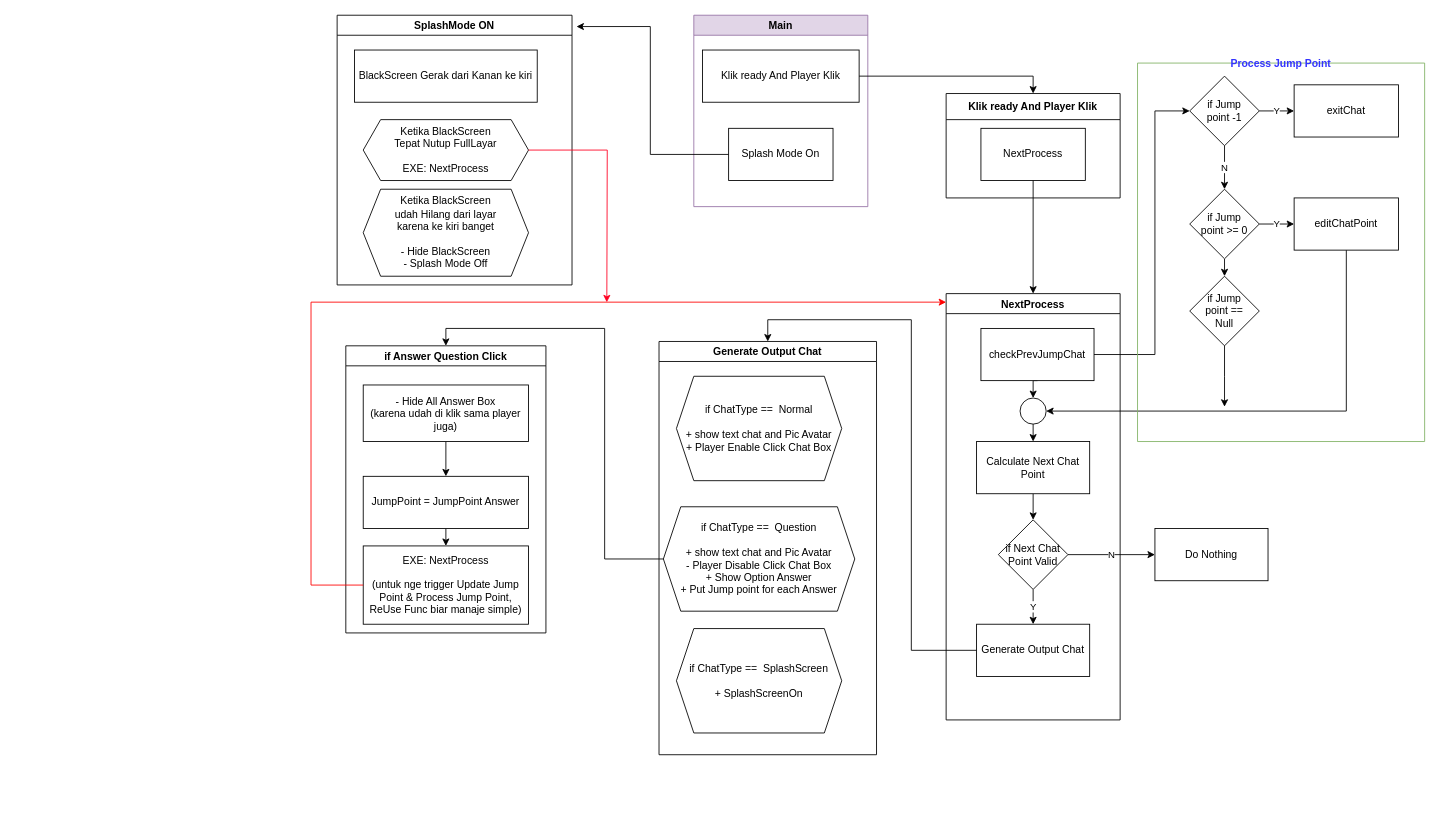
The draw.io diagram data/Untitled Diagram.drawio in udinjelek/godotChat, before the edit. Source tidied: cells renumbered, new cells numbered last; positions are measured from the earlier drawing's top-left corner, leaving out a move shared by most shapes. Both pictures are drawn from the tidied source at 87%, with x=0, y=0 at pixel (311, 15).
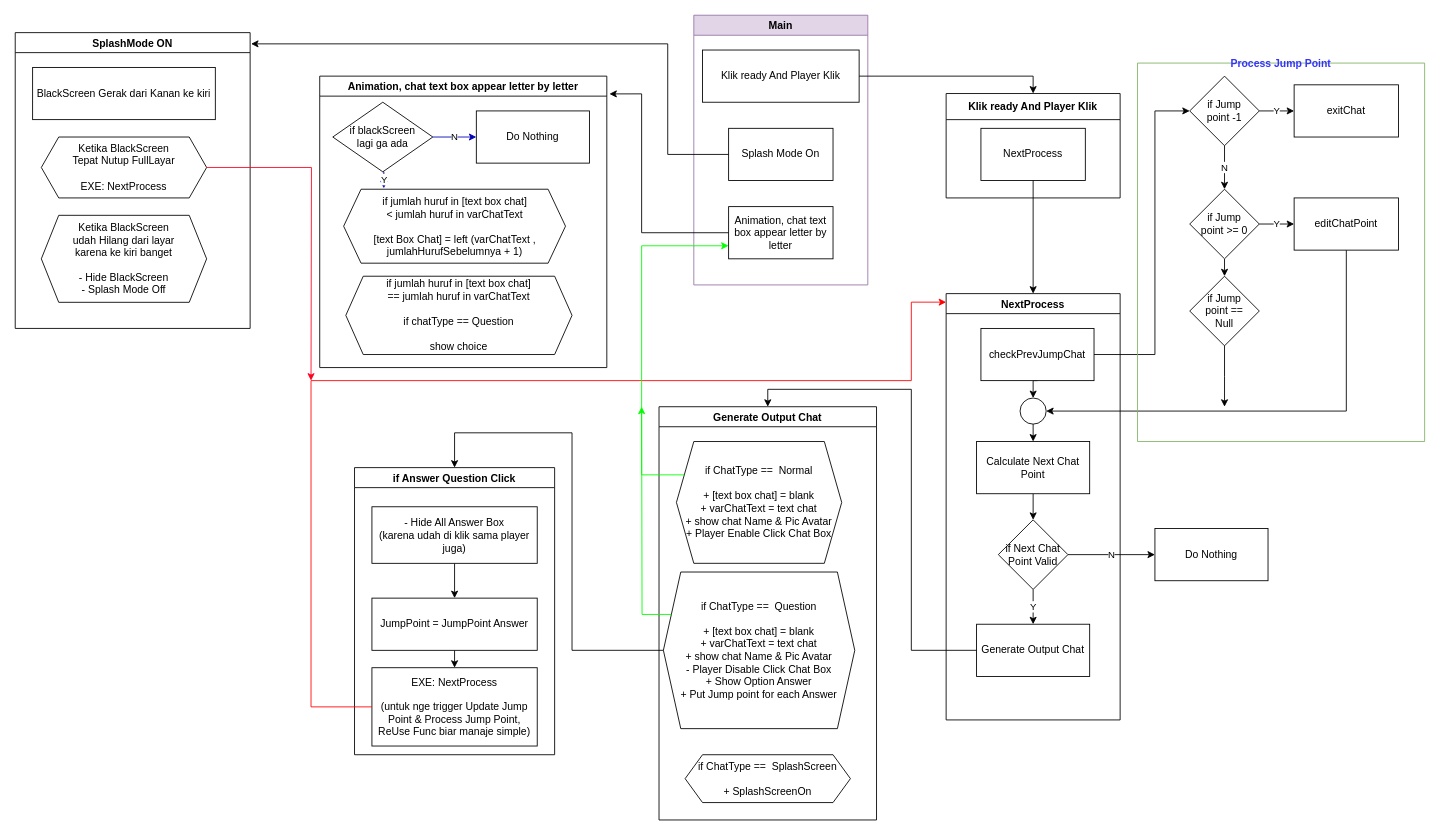
After the change.

Commit message:
Update Diagram.drawio add animation chat info

The change refers to these unchanged cells:
```xml
<mxCell id="4" value="Splash Mode On" style="rounded=0;whiteSpace=wrap;html=1;" parent="2" vertex="1">
  <mxGeometry x="40" y="130" width="120" height="60" as="geometry" />
</mxCell>
<mxCell id="8" value="NextProcess" style="swimlane;" parent="1" vertex="1">
  <mxGeometry x="730" y="320" width="200" height="490" as="geometry" />
</mxCell>
<mxCell id="17" value="Generate Output Chat" style="rounded=0;whiteSpace=wrap;html=1;" parent="8" vertex="1">
  <mxGeometry x="35" y="380" width="130" height="60" as="geometry" />
</mxCell>
<mxCell id="43" value="&lt;div&gt;EXE: NextProcess&lt;br&gt;&lt;br&gt;(untuk nge trigger Update Jump Point &amp;amp; Process Jump Point,&lt;br&gt;ReUse Func biar manaje simple)&lt;/div&gt;" style="rounded=0;whiteSpace=wrap;html=1;" parent="38" vertex="1">
  <mxGeometry x="20" y="230" width="190" height="90" as="geometry" />
</mxCell>
<mxCell id="48" value="Ketika BlackScreen &lt;br&gt;Tepat Nutup FullLayar&lt;br&gt;&lt;br&gt;EXE: NextProcess" style="shape=hexagon;perimeter=hexagonPerimeter2;whiteSpace=wrap;html=1;fixedSize=1;" parent="46" vertex="1">
  <mxGeometry x="30" y="120" width="190" height="70" as="geometry" />
</mxCell>
```

The edit, as a diff of the source:
```diff
@@
     <mxCell id="2" value="Main" style="swimlane;fillColor=#e1d5e7;strokeColor=#9673a6;" parent="1" vertex="1">
-      <mxGeometry x="440" width="200" height="220" as="geometry" />
+      <mxGeometry x="440" width="200" height="310" as="geometry" />
     </mxCell>
@@
+    <mxCell id="53" value="Animation, chat text box appear letter by letter " style="rounded=0;whiteSpace=wrap;html=1;" parent="2" vertex="1">
+      <mxGeometry x="40" y="220" width="120" height="60" as="geometry" />
+    </mxCell>
@@
     <mxCell id="33" value="Generate Output Chat" style="swimlane;" parent="1" vertex="1">
-      <mxGeometry x="400" y="375" width="250" height="475" as="geometry" />
+      <mxGeometry x="400" y="450" width="250" height="475" as="geometry" />
     </mxCell>
-    <mxCell id="34" value="if ChatType ==&amp;nbsp; Normal&lt;br&gt;&lt;br&gt;&lt;div&gt;+ show text chat and Pic Avatar&lt;/div&gt;&lt;div&gt;+ Player Enable Click Chat Box&lt;br&gt;&lt;/div&gt;" style="shape=hexagon;perimeter=hexagonPerimeter2;whiteSpace=wrap;html=1;fixedSize=1;" parent="33" vertex="1">
-      <mxGeometry x="20" y="40" width="190" height="120" as="geometry" />
+    <mxCell id="34" value="if ChatType ==&amp;nbsp; Normal&lt;br&gt;&lt;br&gt;&lt;div&gt;+ [text box chat] = blank&lt;/div&gt;&lt;div&gt;+ varChatText = text chat&lt;br&gt;&lt;/div&gt;&lt;div&gt;+ show chat Name &amp;amp; Pic Avatar&lt;/div&gt;&lt;div&gt;+ Player Enable Click Chat Box&lt;br&gt;&lt;/div&gt;" style="shape=hexagon;perimeter=hexagonPerimeter2;whiteSpace=wrap;html=1;fixedSize=1;" parent="33" vertex="1">
+      <mxGeometry x="20" y="40" width="190" height="140" as="geometry" />
     </mxCell>
-    <mxCell id="35" value="if ChatType ==&amp;nbsp; Question&lt;br&gt;&lt;br&gt;&lt;div&gt;+ show text chat and Pic Avatar&lt;/div&gt;&lt;div&gt;- Player Disable Click Chat Box&lt;/div&gt;&lt;div&gt;+ Show Option Answer&lt;br&gt;+ Put Jump point for each Answer&lt;br&gt;&lt;/div&gt;" style="shape=hexagon;perimeter=hexagonPerimeter2;whiteSpace=wrap;html=1;fixedSize=1;" parent="33" vertex="1">
-      <mxGeometry x="5" y="190" width="220" height="120" as="geometry" />
+    <mxCell id="35" value="if ChatType ==&amp;nbsp; Question&lt;br&gt;&lt;br&gt;&lt;div&gt;&lt;div&gt;&lt;div&gt;+ [text box chat] = blank&lt;/div&gt;+ varChatText = text chat&lt;/div&gt;&lt;div&gt;+ show chat Name &amp;amp; Pic Avatar&lt;/div&gt;&lt;/div&gt;&lt;div&gt;- Player Disable Click Chat Box&lt;/div&gt;&lt;div&gt;+ Show Option Answer&lt;br&gt;+ Put Jump point for each Answer&lt;br&gt;&lt;/div&gt;" style="shape=hexagon;perimeter=hexagonPerimeter2;whiteSpace=wrap;html=1;fixedSize=1;" parent="33" vertex="1">
+      <mxGeometry x="5" y="190" width="220" height="180" as="geometry" />
     </mxCell>
     <mxCell id="36" value="if ChatType ==&amp;nbsp; SplashScreen&lt;br&gt;&lt;br&gt;&lt;div&gt;+ SplashScreenOn&lt;/div&gt;" style="shape=hexagon;perimeter=hexagonPerimeter2;whiteSpace=wrap;html=1;fixedSize=1;" parent="33" vertex="1">
-      <mxGeometry x="20" y="330" width="190" height="120" as="geometry" />
+      <mxGeometry x="30" y="400" width="190" height="55" as="geometry" />
     </mxCell>
     <mxCell id="37" style="edgeStyle=orthogonalEdgeStyle;rounded=0;jettySize=auto;html=1;exitX=0;exitY=0.5;exitDx=0;exitDy=0;entryX=0.5;entryY=0;entryDx=0;entryDy=0;" parent="1" edge="1" source="17" target="33">
       <mxGeometry relative="1" as="geometry">
         <Array as="points">
           <mxPoint x="690" y="730" />
-          <mxPoint x="690" y="350" />
-          <mxPoint x="525" y="350" />
+          <mxPoint x="690" y="430" />
+          <mxPoint x="525" y="430" />
         </Array>
       </mxGeometry>
     </mxCell>
     <mxCell id="38" value="if Answer Question Click" style="swimlane;" parent="1" vertex="1">
-      <mxGeometry x="40" y="380" width="230" height="330" as="geometry" />
+      <mxGeometry x="50" y="520" width="230" height="330" as="geometry" />
     </mxCell>
@@
     <mxCell id="44" style="edgeStyle=orthogonalEdgeStyle;rounded=0;jettySize=auto;html=1;exitX=0;exitY=0.5;exitDx=0;exitDy=0;entryX=0.5;entryY=0;entryDx=0;entryDy=0;" parent="1" edge="1" source="35" target="38">
-      <mxGeometry relative="1" as="geometry" />
+      <mxGeometry relative="1" as="geometry">
+        <Array as="points">
+          <mxPoint x="300" y="730" />
+          <mxPoint x="300" y="480" />
+          <mxPoint x="165" y="480" />
+        </Array>
+      </mxGeometry>
     </mxCell>
     <mxCell id="45" style="edgeStyle=orthogonalEdgeStyle;rounded=0;jettySize=auto;html=1;exitX=0;exitY=0.5;exitDx=0;exitDy=0;entryX=0;entryY=0.02;entryDx=0;entryDy=0;entryPerimeter=0;strokeColor=#FF0000;" parent="1" edge="1" source="43" target="8">
       <mxGeometry relative="1" as="geometry">
         <Array as="points">
-          <mxPoint y="655" />
-          <mxPoint y="330" />
+          <mxPoint y="795" />
+          <mxPoint y="420" />
+          <mxPoint x="690" y="420" />
+          <mxPoint x="690" y="330" />
         </Array>
       </mxGeometry>
     </mxCell>
     <mxCell id="46" value="SplashMode ON" style="swimlane;" parent="1" vertex="1">
-      <mxGeometry x="30" width="270" height="310" as="geometry" />
+      <mxGeometry x="-340" y="20" width="270" height="340" as="geometry" />
     </mxCell>
@@
     <mxCell id="49" value="Ketika BlackScreen &lt;br&gt;&lt;div&gt;udah Hilang dari layar &lt;br&gt;&lt;/div&gt;&lt;div&gt;karena ke kiri banget&lt;/div&gt;&lt;br&gt;- Hide BlackScreen&lt;br&gt;- Splash Mode Off" style="shape=hexagon;perimeter=hexagonPerimeter2;whiteSpace=wrap;html=1;fixedSize=1;" parent="46" vertex="1">
-      <mxGeometry x="30" y="200" width="190" height="100" as="geometry" />
+      <mxGeometry x="30" y="210" width="190" height="100" as="geometry" />
     </mxCell>
-    <mxCell id="50" style="edgeStyle=orthogonalEdgeStyle;rounded=0;jettySize=auto;html=1;exitX=0;exitY=0.5;exitDx=0;exitDy=0;entryX=1.019;entryY=0.042;entryDx=0;entryDy=0;entryPerimeter=0;strokeColor=#000000;" parent="1" edge="1" source="4" target="46">
-      <mxGeometry relative="1" as="geometry" />
-    </mxCell>
     <mxCell id="51" style="edgeStyle=orthogonalEdgeStyle;rounded=0;jettySize=auto;html=1;exitX=1;exitY=0.5;exitDx=0;exitDy=0;strokeColor=#FF0022;" parent="1" edge="1" source="48">
       <mxGeometry relative="1" as="geometry">
-        <mxPoint x="340" y="330" as="targetPoint" />
+        <mxPoint y="420" as="targetPoint" />
       </mxGeometry>
     </mxCell>
@@
+    <mxCell id="54" value="Animation, chat text box appear letter by letter " style="swimlane;" parent="1" vertex="1">
+      <mxGeometry x="10" y="70" width="330" height="335" as="geometry" />
+    </mxCell>
+    <mxCell id="55" value="if jumlah huruf in [text box chat] &lt;br&gt;&amp;lt; jumlah huruf in varChatText&lt;br&gt;&lt;br&gt;[text Box Chat] = left (varChatText , jumlahHurufSebelumnya + 1) " style="shape=hexagon;perimeter=hexagonPerimeter2;whiteSpace=wrap;html=1;fixedSize=1;" parent="54" vertex="1">
+      <mxGeometry x="27.5" y="130" width="255" height="85" as="geometry" />
+    </mxCell>
+    <mxCell id="56" value="if jumlah huruf in [text box chat] &lt;br&gt;== jumlah huruf in varChatText&lt;br&gt;&lt;br&gt;if chatType == Question&lt;br&gt;&lt;br&gt;show choice" style="shape=hexagon;perimeter=hexagonPerimeter2;whiteSpace=wrap;html=1;fixedSize=1;" parent="54" vertex="1">
+      <mxGeometry x="30" y="230" width="260" height="90" as="geometry" />
+    </mxCell>
+    <mxCell id="57" value="N" style="edgeStyle=orthogonalEdgeStyle;rounded=0;jettySize=auto;html=1;exitX=1;exitY=0.5;exitDx=0;exitDy=0;entryX=0;entryY=0.5;entryDx=0;entryDy=0;strokeColor=#0202B8;" parent="54" edge="1" source="59" target="60">
+      <mxGeometry relative="1" as="geometry" />
+    </mxCell>
+    <mxCell id="58" value="Y" style="edgeStyle=orthogonalEdgeStyle;rounded=0;jettySize=auto;html=1;exitX=0.5;exitY=1;exitDx=0;exitDy=0;entryX=0.181;entryY=-0.012;entryDx=0;entryDy=0;entryPerimeter=0;strokeColor=#0202B8;" parent="54" edge="1" source="59" target="55">
+      <mxGeometry relative="1" as="geometry" />
+    </mxCell>
+    <mxCell id="59" value="if blackScreen &lt;br&gt;lagi ga ada" style="rhombus;whiteSpace=wrap;html=1;" parent="54" vertex="1">
+      <mxGeometry x="15" y="30" width="115" height="80" as="geometry" />
+    </mxCell>
+    <mxCell id="60" value="Do Nothing" style="rounded=0;whiteSpace=wrap;html=1;" parent="54" vertex="1">
+      <mxGeometry x="180" y="40" width="130" height="60" as="geometry" />
+    </mxCell>
+    <mxCell id="61" style="edgeStyle=orthogonalEdgeStyle;rounded=0;jettySize=auto;html=1;exitX=0;exitY=0.5;exitDx=0;exitDy=0;entryX=1.009;entryY=0.061;entryDx=0;entryDy=0;entryPerimeter=0;" parent="1" edge="1" source="53" target="54">
+      <mxGeometry relative="1" as="geometry">
+        <Array as="points">
+          <mxPoint x="380" y="250" />
+          <mxPoint x="380" y="90" />
+        </Array>
+      </mxGeometry>
+    </mxCell>
+    <mxCell id="62" style="edgeStyle=orthogonalEdgeStyle;rounded=0;jettySize=auto;html=1;exitX=0;exitY=0.25;exitDx=0;exitDy=0;entryX=0;entryY=0.75;entryDx=0;entryDy=0;fillColor=#f8cecc;strokeColor=#00FF00;" parent="1" edge="1" source="34" target="53">
+      <mxGeometry relative="1" as="geometry">
+        <Array as="points">
+          <mxPoint x="380" y="528" />
+          <mxPoint x="380" y="265" />
+        </Array>
+      </mxGeometry>
+    </mxCell>
+    <mxCell id="63" style="edgeStyle=orthogonalEdgeStyle;rounded=0;jettySize=auto;html=1;exitX=0;exitY=0.25;exitDx=0;exitDy=0;strokeColor=#00FF00;" parent="1" edge="1" source="35">
+      <mxGeometry relative="1" as="geometry">
+        <mxPoint x="380" y="450" as="targetPoint" />
+      </mxGeometry>
+    </mxCell>
+    <mxCell id="50" style="edgeStyle=orthogonalEdgeStyle;rounded=0;jettySize=auto;html=1;exitX=0;exitY=0.5;exitDx=0;exitDy=0;entryX=1.004;entryY=0.038;entryDx=0;entryDy=0;entryPerimeter=0;" parent="1" edge="1" source="4" target="46">
+      <mxGeometry relative="1" as="geometry">
+        <Array as="points">
+          <mxPoint x="410" y="160" />
+          <mxPoint x="410" y="33" />
+        </Array>
+      </mxGeometry>
+    </mxCell>
```
